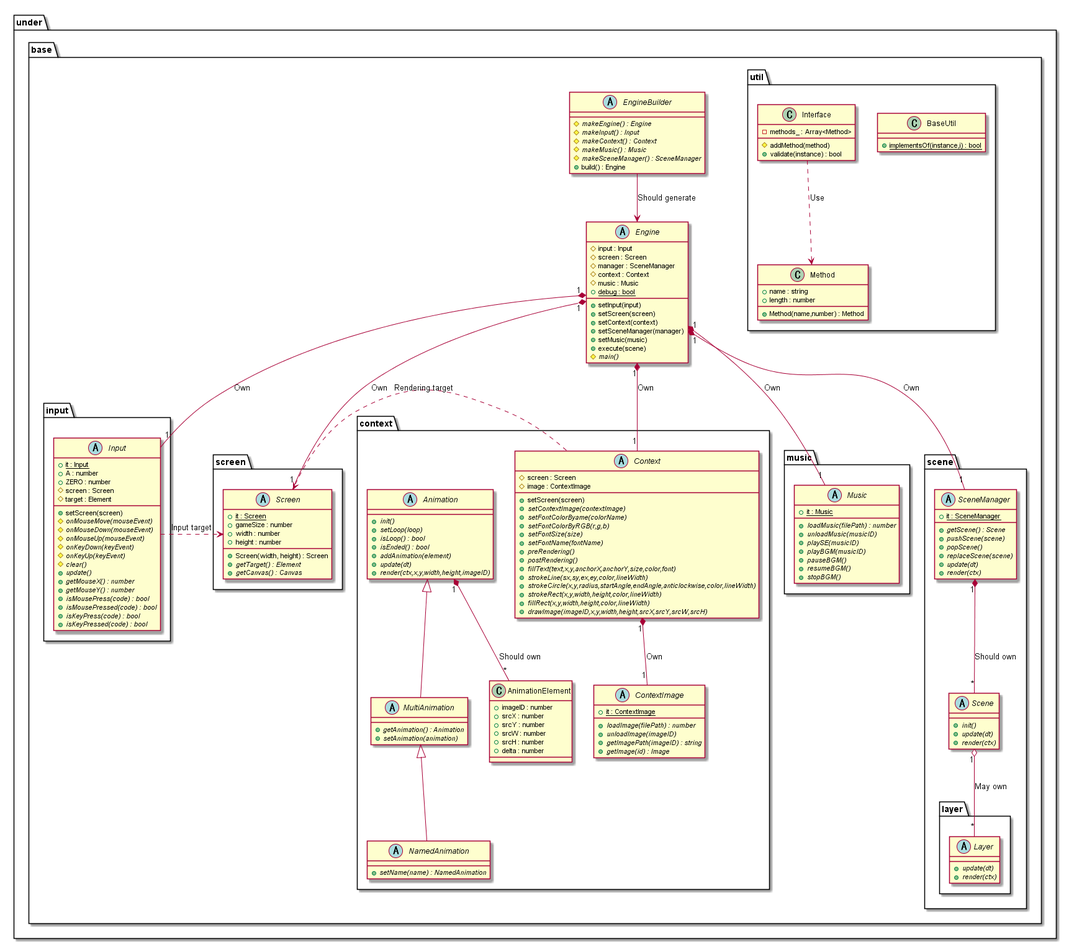
Expine/Under keeps this PlantUML diagram as out/uml/gamebase/Base/GameBaseBase.png. Above is the earlier version.
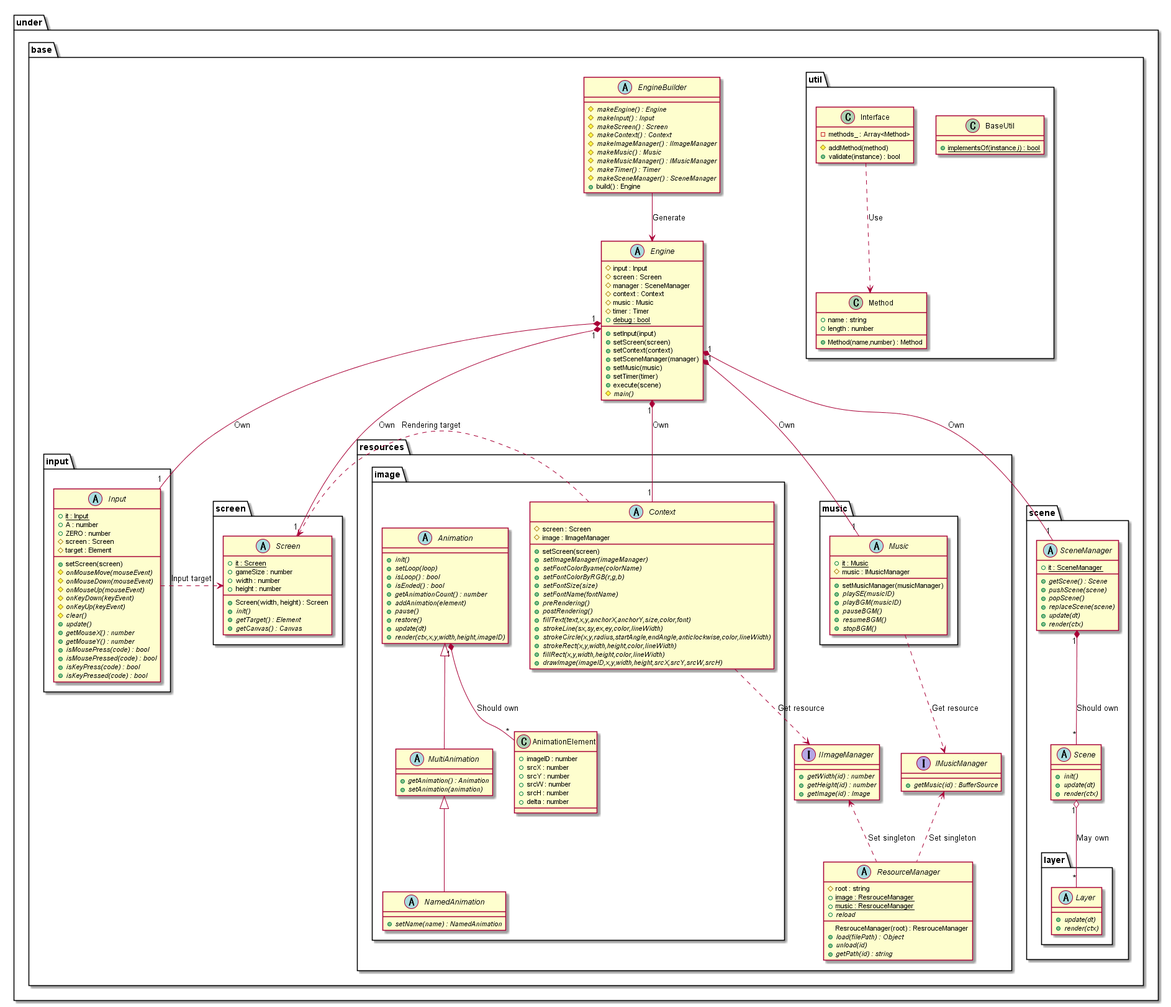
After the commit.

Change to the diagram source:
```diff
@@ -5,8 +5,12 @@
         abstract EngineBuilder {
             {abstract} #makeEngine() : Engine
             {abstract} #makeInput() : Input
+            {abstract} #makeScreen() : Screen
             {abstract} #makeContext() : Context
+            {abstract} #makeImageManager() : IImageManager
             {abstract} #makeMusic() : Music
+            {abstract} #makeMusicManager() : IMusicManager
+            {abstract} #makeTimer() : Timer
             {abstract} #makeSceneManager() : SceneManager
             +build() : Engine
         }
@@ -16,11 +20,13 @@
             #manager : SceneManager
             #context : Context
             #music : Music
+            #timer : Timer
             +setInput(input)
             +setScreen(screen)
             +setContext(context)
             +setSceneManager(manager)
             +setMusic(music)
+            +setTimer(timer)
             +execute(scene)
             {static} +debug : bool
             {abstract} #main()
@@ -57,74 +63,92 @@
                 +gameSize : number
                 +width : number
                 +height : number
+                {abstract} +init()
                 {abstract} +getTarget() : Element
                 {abstract} +getCanvas() : Canvas
             }
         }
 
-        package music {
-            abstract Music {
-                {static} +it : Music
-                {abstract} +loadMusic(filePath) : number
-                {abstract} +unloadMusic(musicID)
-                {abstract} +playSE(musicID)
-                {abstract} +playBGM(musicID)
-                {abstract} +pauseBGM()
-                {abstract} +resumeBGM()
-                {abstract} +stopBGM()
+        package resources {
+            abstract ResourceManager {
+                ResrouceManager(root) : ResrouceManager
+                #root : string
+                {static} +image : ResrouceManager
+                {static} +music : ResrouceManager
+                {abstract} +load(filePath) : Object
+                {abstract} +unload(id)
+                {abstract} +reload
+                {abstract} +getPath(id) : string
             }
-        }
-
-        package context {
-            abstract Context {
-                #screen : Screen
-                #image : ContextImage
-                +setScreen(screen)
-                {abstract} +setContextImage(contextImage)
-                {abstract} +setFontColorByame(colorName)
-                {abstract} +setFontColorByRGB(r,g,b)
-                {abstract} +setFontSize(size)
-                {abstract} +setFontName(fontName)
-                {abstract} +preRendering()
-                {abstract} +postRendering()
-                {abstract} +fillText(text,x,y,anchorX,anchorY,size,color,font)
-                {abstract} +strokeLine(sx,sy,ex,ey,color,lineWidth)
-                {abstract} +strokeCircle(x,y,radius,startAngle,endAngle,anticlockwise,color,lineWidth)
-                {abstract} +strokeRect(x,y,width,height,color,lineWidth)
-                {abstract} +fillRect(x,y,width,height,color,lineWidth)
-                {abstract} +drawImage(imageID,x,y,width,height,srcX,srcY,srcW,srcH)
-            }
-            abstract ContextImage {
-                {static} +it : ContextImage
-                {abstract} +loadImage(filePath) : number
-                {abstract} +unloadImage(imageID)
-                {abstract} +getImagePath(imageID) : string
+            interface IImageManager {
+                {abstract} +getWidth(id) : number
+                {abstract} +getHeight(id) : number
                 {abstract} +getImage(id) : Image
             }
+            interface IMusicManager {
+                {abstract} +getMusic(id) : BufferSource
+            }
 
-            abstract Animation {
-                {abstract} +init()
-                {abstract} +setLoop(loop)
-                {abstract} +isLoop() : bool
-                {abstract} +isEnded() : bool
-                {abstract} +addAnimation(element)
-                {abstract} +update(dt)
-                {abstract} +render(ctx,x,y,width,height,imageID)
+            package music {
+                abstract Music {
+                    {static} +it : Music
+                    #music : IMusicManager
+                    +setMusicManager(musicManager)
+                    {abstract} +playSE(musicID)
+                    {abstract} +playBGM(musicID)
+                    {abstract} +pauseBGM()
+                    {abstract} +resumeBGM()
+                    {abstract} +stopBGM()
+                }
             }
-            abstract MultiAnimation {
-                {abstract} +getAnimation() : Animation
-                {abstract} +setAnimation(animation)
-            }
-            abstract NamedAnimation {
-                {abstract} +setName(name) : NamedAnimation
-            }
-            class AnimationElement {
-                +imageID : number
-                +srcX : number
-                +srcY : number
-                +srcW : number
-                +srcH : number
-                +delta : number
+
+            package image {
+                abstract Context {
+                    #screen : Screen
+                    #image : IImageManager
+                    +setScreen(screen)
+                    {abstract} +setImageManager(imageManager)
+                    {abstract} +setFontColorByame(colorName)
+                    {abstract} +setFontColorByRGB(r,g,b)
+                    {abstract} +setFontSize(size)
+                    {abstract} +setFontName(fontName)
+                    {abstract} +preRendering()
+                    {abstract} +postRendering()
+                    {abstract} +fillText(text,x,y,anchorX,anchorY,size,color,font)
+                    {abstract} +strokeLine(sx,sy,ex,ey,color,lineWidth)
+                    {abstract} +strokeCircle(x,y,radius,startAngle,endAngle,anticlockwise,color,lineWidth)
+                    {abstract} +strokeRect(x,y,width,height,color,lineWidth)
+                    {abstract} +fillRect(x,y,width,height,color,lineWidth)
+                    {abstract} +drawImage(imageID,x,y,width,height,srcX,srcY,srcW,srcH)
+                }
+
+                abstract Animation {
+                    {abstract} +init()
+                    {abstract} +setLoop(loop)
+                    {abstract} +isLoop() : bool
+                    {abstract} +isEnded() : bool
+                    {abstract} +getAnimationCount() : number
+                    {abstract} +addAnimation(element)
+                    {abstract} +pause()
+                    {abstract} +restore()
+                    {abstract} +update(dt)
+                    {abstract} +render(ctx,x,y,width,height,imageID)
+                }
+                abstract MultiAnimation {
+                    {abstract} +getAnimation() : Animation
+                    {abstract} +setAnimation(animation)
+                }
+                abstract NamedAnimation {
+                    {abstract} +setName(name) : NamedAnimation
+                }
+                class AnimationElement {
+                    +imageID : number
+                    +srcX : number
+                    +srcY : number
+                    +srcW : number
+                    +srcH : number
+                    +delta : number
+                }
             }
         }
 
@@ -170,7 +194,7 @@
     }
 }
 
-EngineBuilder --> Engine : Should generate
+EngineBuilder --> Engine : Generate
 Engine "1"*-- "1" Screen : Own
 Engine "1"*-- "1" Input : Own
 Engine "1"*-- "1" SceneManager : Own
@@ -180,9 +204,13 @@
 Input .> Screen : Input target
 Context .> Screen : Rendering target
 
+Context ..> IImageManager : Get resource
+Music ..> IMusicManager : Get resource
+IImageManager <.. ResourceManager : Set singleton
+IMusicManager <.. ResourceManager : Set singleton
+
 SceneManager "1"*--"*" Scene : Should own
 Scene "1" o--"*" Layer : May own
-Context "1"*--"1" ContextImage : Own
 
 Animation "1"*--"*"AnimationElement : Should own
 
```
